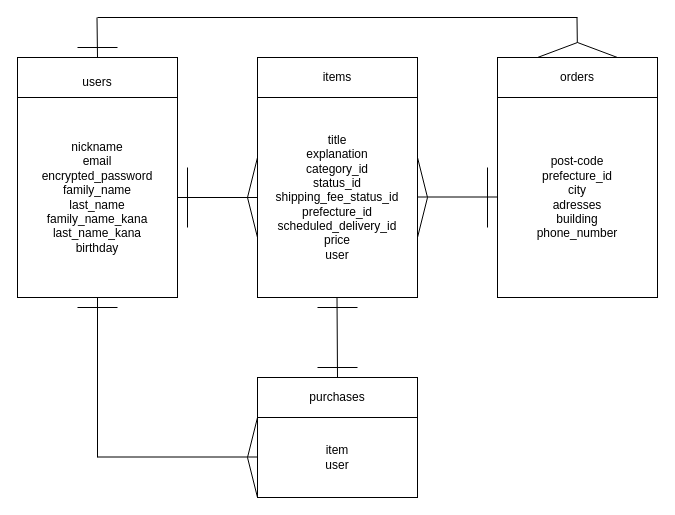
Above: furima.dio in iheukotomoshini/furima-46583 (draw.io), before the change. Source tidied: cells renumbered, new cells numbered last; positions are measured from the earlier drawing's top-left corner, leaving out a move shared by most shapes. Both pictures are drawn from the tidied source at 100%, with x=0, y=0 at pixel (17, 9).
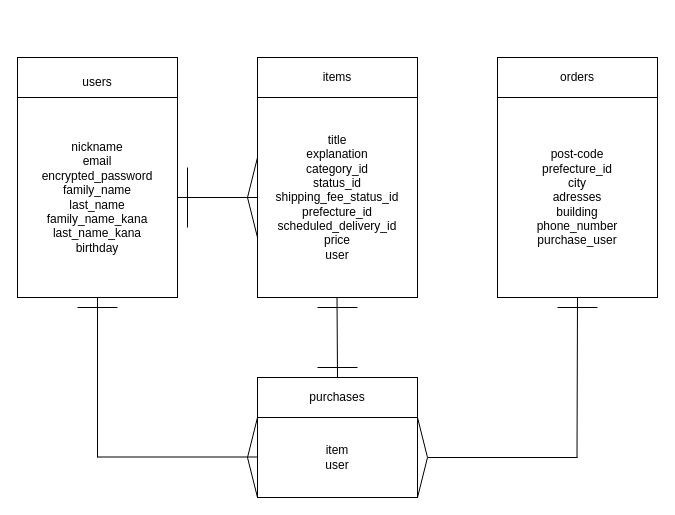
The same diagram, later.

Commit message (it also covers changes not shown here):
データベース設計3rd

The edit, as a diff of the source:
```diff
@@
-    <mxCell id="8" value="post-code&lt;div&gt;prefecture_id&lt;/div&gt;&lt;div&gt;city&lt;/div&gt;&lt;div&gt;adresses&lt;/div&gt;&lt;div&gt;building&lt;/div&gt;&lt;div&gt;phone_number&lt;/div&gt;" style="rounded=0;whiteSpace=wrap;html=1;" parent="1" vertex="1">
+    <mxCell id="8" value="post-code&lt;div&gt;prefecture_id&lt;/div&gt;&lt;div&gt;city&lt;/div&gt;&lt;div&gt;adresses&lt;/div&gt;&lt;div&gt;building&lt;/div&gt;&lt;div&gt;phone_number&lt;/div&gt;&lt;div&gt;purchase_user&lt;/div&gt;" style="rounded=0;whiteSpace=wrap;html=1;" parent="1" vertex="1">
       <mxGeometry x="480" y="88" width="160" height="200" as="geometry" />
     </mxCell>
@@
-    <mxCell id="14" style="triangle;whiteSpace=wrap;html=1;" parent="1" vertex="1">
-      <mxGeometry x="400" y="148" width="10" height="80" as="geometry" />
-    </mxCell>
-    <mxCell id="15" style="edgeStyle=none;html=1;strokeColor=default;endArrow=none;endFill=0;" parent="1" edge="1">
+    <mxCell id="15" style="edgeStyle=none;html=1;strokeColor=default;endArrow=none;endFill=0;" parent="1" edge="1" source="14">
       <mxGeometry relative="1" as="geometry">
-        <mxPoint x="400" y="187.5" as="sourcePoint" />
-        <mxPoint x="480" y="187.5" as="targetPoint" />
+        <mxPoint x="560" y="448" as="targetPoint" />
       </mxGeometry>
     </mxCell>
-    <mxCell id="16" style="endArrow=none;html=1;" parent="1" edge="1">
+    <mxCell id="16" style="endArrow=none;html=1;entryX=0.5;entryY=1;entryDx=0;entryDy=0;" parent="1" edge="1" target="8">
       <mxGeometry relative="1" as="geometry">
-        <mxPoint x="470" y="218" as="sourcePoint" />
-        <mxPoint x="470" y="158" as="targetPoint" />
+        <mxPoint x="559.5" y="448" as="sourcePoint" />
       </mxGeometry>
     </mxCell>
-    <mxCell id="17" style="edgeStyle=none;html=1;strokeColor=default;endArrow=none;endFill=0;" parent="1" edge="1">
-      <mxGeometry relative="1" as="geometry">
-        <mxPoint x="80" y="8" as="sourcePoint" />
-        <mxPoint x="560" y="8" as="targetPoint" />
-      </mxGeometry>
-    </mxCell>
-    <mxCell id="18" style="endArrow=none;html=1;" parent="1" edge="1">
-      <mxGeometry relative="1" as="geometry">
-        <mxPoint x="80" y="48" as="sourcePoint" />
-        <mxPoint x="79.5" y="8" as="targetPoint" />
-      </mxGeometry>
-    </mxCell>
-    <mxCell id="19" style="endArrow=none;html=1;" parent="1" edge="1">
-      <mxGeometry relative="1" as="geometry">
-        <mxPoint x="560" y="48" as="sourcePoint" />
-        <mxPoint x="559.5" y="8" as="targetPoint" />
-      </mxGeometry>
-    </mxCell>
-    <mxCell id="20" style="edgeStyle=none;html=1;strokeColor=default;endArrow=none;endFill=0;" parent="1" edge="1">
-      <mxGeometry relative="1" as="geometry">
-        <mxPoint x="60" y="38" as="sourcePoint" />
-        <mxPoint x="100" y="38" as="targetPoint" />
-      </mxGeometry>
-    </mxCell>
@@
-    <mxCell id="28" style="triangle;whiteSpace=wrap;html=1;rotation=-90;" parent="1" vertex="1">
-      <mxGeometry x="552.5" y="0.5" width="15" height="80" as="geometry" />
+    <mxCell id="28" style="edgeStyle=none;html=1;strokeColor=default;endArrow=none;endFill=0;" parent="1" edge="1" target="14">
+      <mxGeometry relative="1" as="geometry">
+        <mxPoint x="400" y="447.5" as="sourcePoint" />
+      </mxGeometry>
     </mxCell>
+    <mxCell id="14" style="triangle;whiteSpace=wrap;html=1;" parent="1" vertex="1">
+      <mxGeometry x="400" y="408" width="10" height="80" as="geometry" />
+    </mxCell>
+    <mxCell id="29" style="edgeStyle=none;html=1;strokeColor=default;endArrow=none;endFill=0;" parent="1" edge="1">
+      <mxGeometry relative="1" as="geometry">
+        <mxPoint x="540" y="298" as="sourcePoint" />
+        <mxPoint x="580" y="298" as="targetPoint" />
+      </mxGeometry>
+    </mxCell>
```
